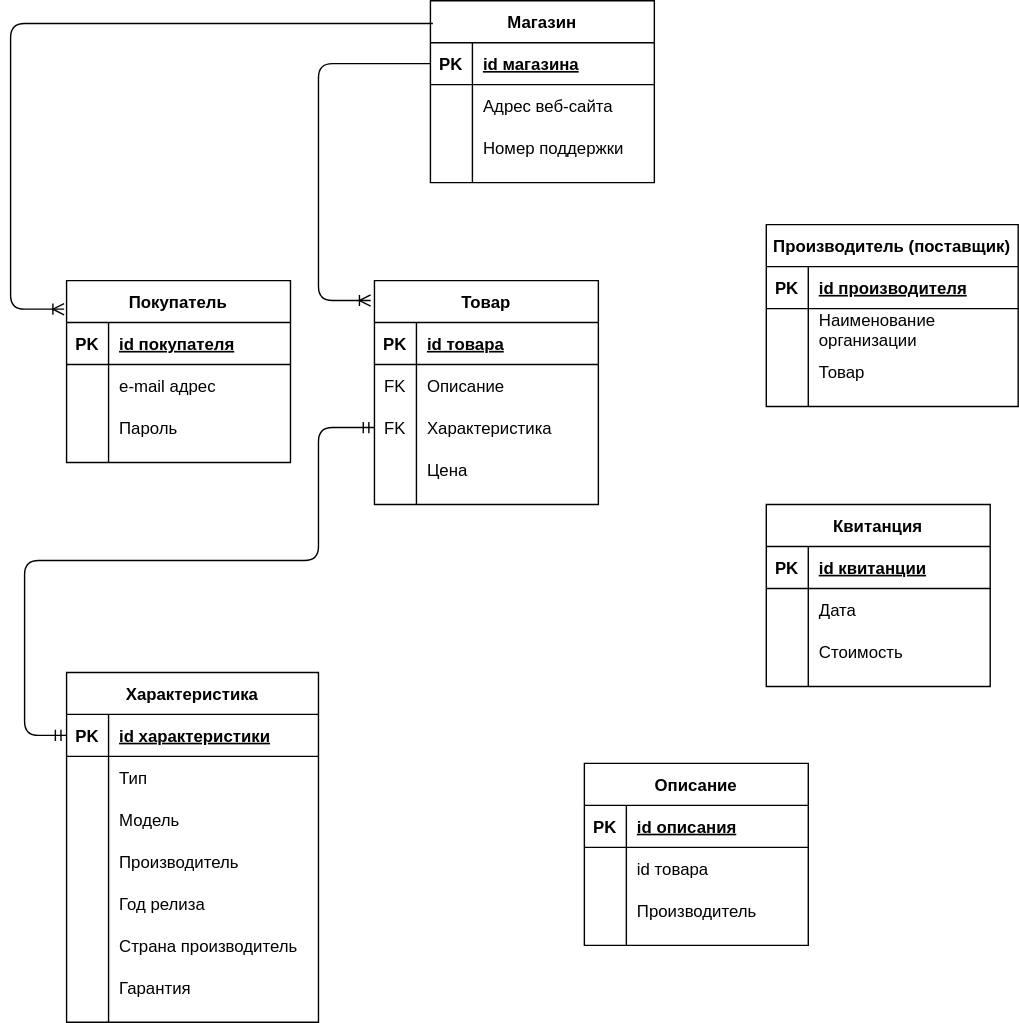
Before: LogicDiag.svg, a diagram exported from draw.io (paw-wow/DataBase). Source tidied: cells renumbered, new cells last; positions are measured from the earlier drawing's top-left corner, leaving out a move shared by most shapes.
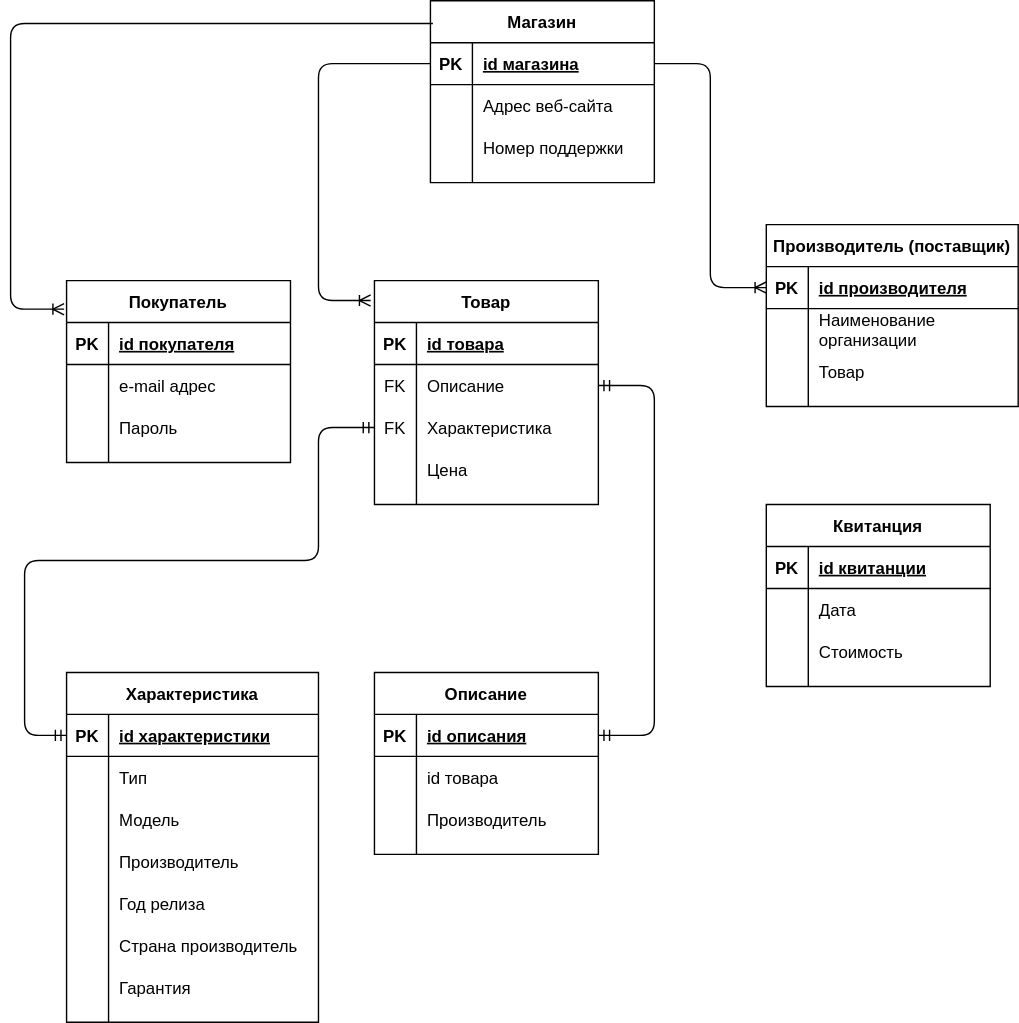
The same diagram one commit later.

Diff of the diagram source:
```diff
@@ -162,7 +162,7 @@
       <mxGeometry x="30" width="130" height="30" as="geometry" />
     </mxCell>
     <mxCell id="55" value="Описание" style="shape=table;startSize=30;rowLines=0;fontStyle=1;align=center;" parent="1" vertex="1">
-      <mxGeometry x="410" y="545" width="160" height="130" as="geometry" />
+      <mxGeometry x="260" y="480" width="160" height="130" as="geometry" />
     </mxCell>
     <mxCell id="56" style="shape=partialRectangle;fillColor=none;top=0;left=0;bottom=1;right=0;points=[[0,0.5],[1,0.5]];portConstraint=eastwest;" parent="55" vertex="1">
       <mxGeometry y="30" width="160" height="30" as="geometry" />
@@ -283,5 +283,16 @@
         </Array>
       </mxGeometry>
     </mxCell>
+    <mxCell id="90" style="edgeStyle=orthogonalEdgeStyle;fontSize=12;html=1;endArrow=ERmandOne;startArrow=ERmandOne;exitX=1;exitY=0.5;exitDx=0;exitDy=0;entryX=1;entryY=0.5;entryDx=0;entryDy=0;" parent="1" edge="1" source="56" target="46">
+      <mxGeometry relative="1" as="geometry">
+        <Array as="points">
+          <mxPoint x="460" y="525" />
+          <mxPoint x="460" y="275" />
+        </Array>
+      </mxGeometry>
+    </mxCell>
+    <mxCell id="91" style="edgeStyle=orthogonalEdgeStyle;fontSize=12;html=1;endArrow=ERoneToMany;exitX=1;exitY=0.5;exitDx=0;exitDy=0;entryX=0;entryY=0.5;entryDx=0;entryDy=0;" parent="1" edge="1" source="3" target="23">
+      <mxGeometry relative="1" as="geometry" />
+    </mxCell>
   </root>
 </mxGraphModel>
```
